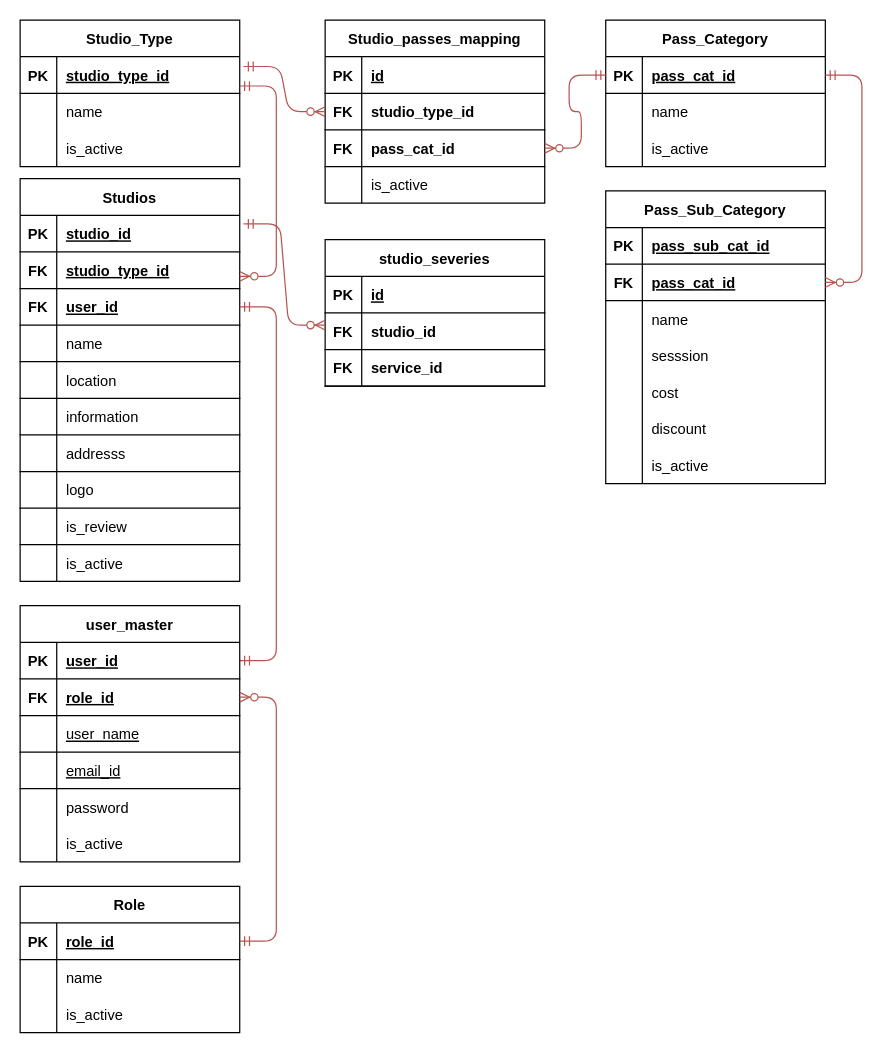
Before: Re_Energy-ER.drawio in tt-52101/Re-EnergyUI, a draw.io diagram. Source tidied: cells renumbered, new cells numbered last; positions are measured from the earlier drawing's top-left corner, leaving out a move shared by most shapes. Both pictures are drawn from the tidied source at 122%, with x=0, y=0 at pixel (20, 20).
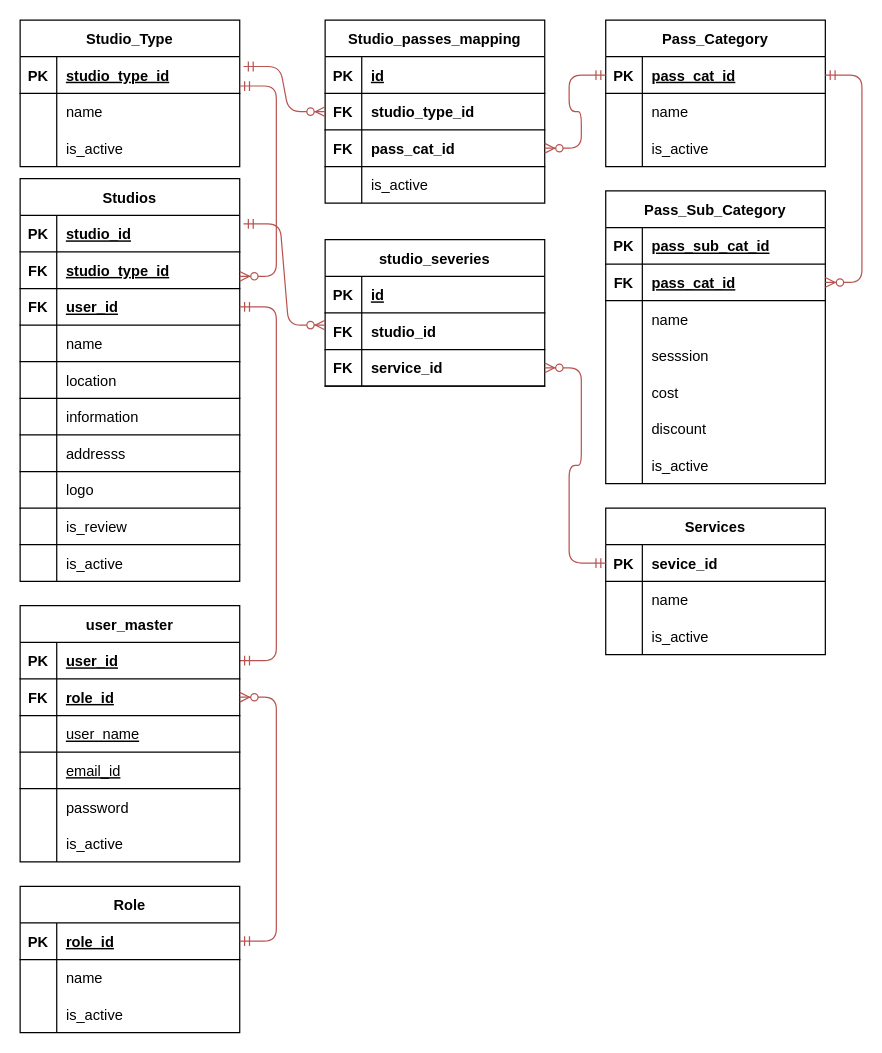
Above is the later version.

Unchanged cells that the change refers to:
```xml
<mxCell id="115" style="shape=partialRectangle;fillColor=none;top=0;left=0;bottom=1;right=0;points=[[0,0.5],[1,0.5]];portConstraint=eastwest;" parent="108" vertex="1">
  <mxGeometry y="90" width="180" height="30" as="geometry" />
</mxCell>
```

What changed in the source:
```diff
@@
+    <mxCell id="134" value="Services" style="shape=table;startSize=30;childLayout=tableLayout;rowLines=0;fontStyle=1;align=center;strokeWidth=1;" parent="1" vertex="1">
+      <mxGeometry x="480" y="400" width="180" height="120" as="geometry" />
+    </mxCell>
+    <mxCell id="135" style="shape=partialRectangle;fillColor=none;top=0;left=0;bottom=1;right=0;points=[[0,0.5],[1,0.5]];portConstraint=eastwest;" parent="134" vertex="1">
+      <mxGeometry y="30" width="180" height="30" as="geometry" />
+    </mxCell>
+    <mxCell id="136" value="PK" style="shape=partialRectangle;fillColor=none;top=0;left=0;bottom=0;right=0;fontStyle=1;overflow=hidden;" parent="135" vertex="1">
+      <mxGeometry width="30" height="30" as="geometry" />
+    </mxCell>
+    <mxCell id="137" value="sevice_id" style="shape=partialRectangle;fillColor=none;top=0;left=0;bottom=0;right=0;align=left;spacingLeft=6;fontStyle=1;overflow=hidden;" parent="135" vertex="1">
+      <mxGeometry x="30" width="150" height="30" as="geometry" />
+    </mxCell>
+    <mxCell id="138" style="shape=partialRectangle;fillColor=none;top=0;left=0;bottom=0;right=0;strokeWidth=10;" parent="134" vertex="1">
+      <mxGeometry y="60" width="180" height="30" as="geometry" />
+    </mxCell>
+    <mxCell id="139" style="shape=partialRectangle;fillColor=none;top=0;left=0;bottom=0;right=0;overflow=hidden;" parent="138" vertex="1">
+      <mxGeometry width="30" height="30" as="geometry" />
+    </mxCell>
+    <mxCell id="140" value="name" style="shape=partialRectangle;fillColor=none;top=0;left=0;bottom=0;right=0;align=left;spacingLeft=6;overflow=hidden;" parent="138" vertex="1">
+      <mxGeometry x="30" width="150" height="30" as="geometry" />
+    </mxCell>
+    <mxCell id="141" style="shape=partialRectangle;fillColor=none;top=0;left=0;bottom=0;right=0;strokeWidth=11;" parent="134" vertex="1">
+      <mxGeometry y="90" width="180" height="30" as="geometry" />
+    </mxCell>
+    <mxCell id="142" style="shape=partialRectangle;fillColor=none;top=0;left=0;bottom=0;right=0;overflow=hidden;" parent="141" vertex="1">
+      <mxGeometry width="30" height="30" as="geometry" />
+    </mxCell>
+    <mxCell id="143" value="is_active" style="shape=partialRectangle;fillColor=none;top=0;left=0;bottom=0;right=0;align=left;spacingLeft=6;overflow=hidden;" parent="141" vertex="1">
+      <mxGeometry x="30" width="150" height="30" as="geometry" />
+    </mxCell>
+    <mxCell id="144" style="edgeStyle=entityRelationEdgeStyle;fontSize=12;html=1;endArrow=ERzeroToMany;startArrow=ERmandOne;fontColor=none;exitX=0;exitY=0.5;exitDx=0;exitDy=0;entryX=1;entryY=0.5;entryDx=0;entryDy=0;fillColor=#f8cecc;strokeColor=#b85450;" parent="1" edge="1" source="135" target="115">
+      <mxGeometry relative="1" as="geometry" />
+    </mxCell>
```
